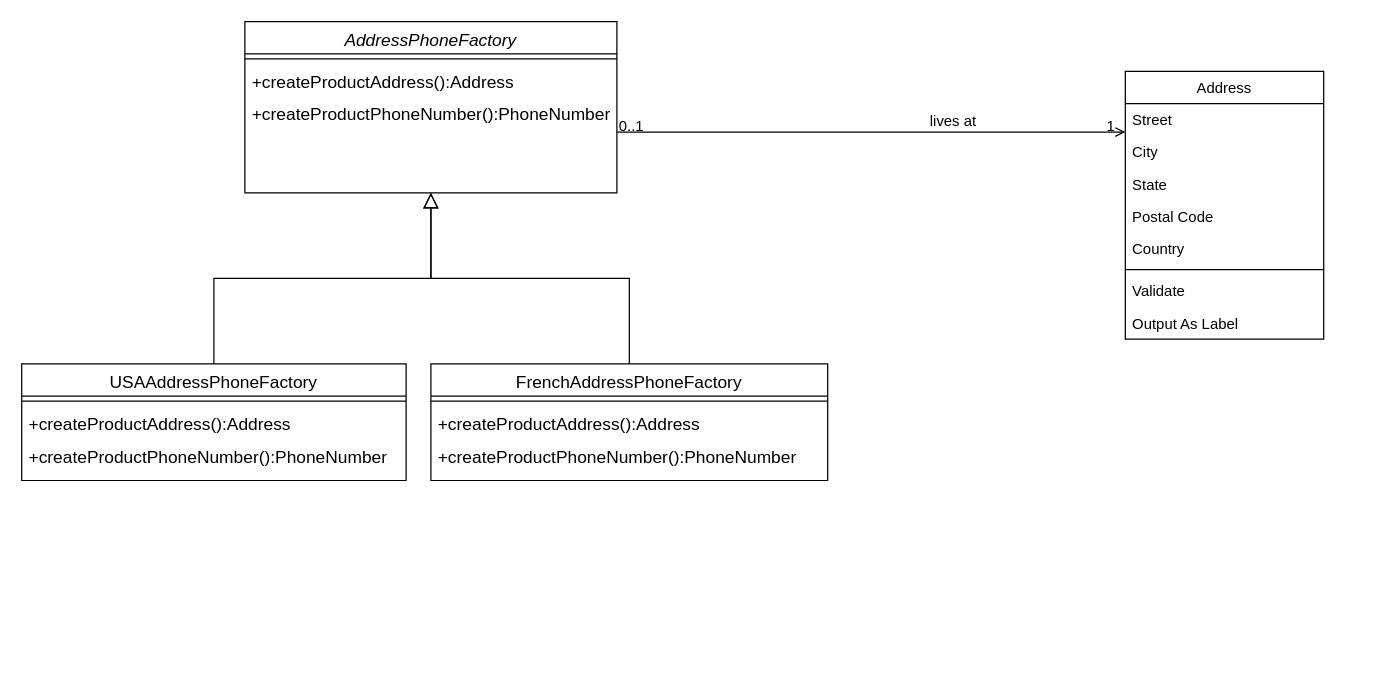
The draw.io diagram Seminar2.drawio in PanJr0109/PanJr0109, before the edit. Source tidied: cells renumbered, new cells numbered last; positions are measured from the earlier drawing's top-left corner, leaving out a move shared by most shapes. Both pictures are drawn from the tidied source at 124%, with x=0, y=0 at pixel (21, 21).
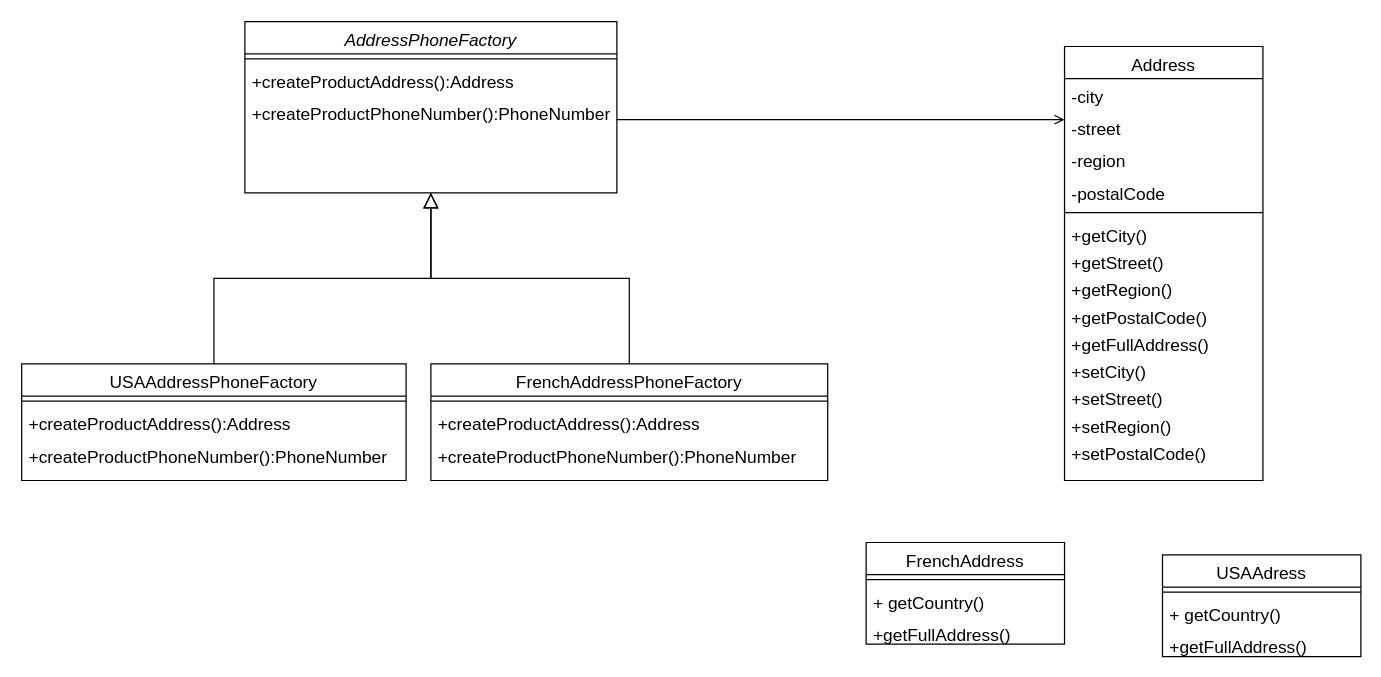
Above is the later version.

Unchanged cells that the change refers to:
```xml
<mxCell id="25" style="endArrow=open;shadow=0;strokeWidth=1;rounded=0;endFill=1;edgeStyle=elbowEdgeStyle;elbow=vertical;" parent="1" edge="1" source="2" target="16">
  <mxGeometry x="0.5" y="41" relative="1" as="geometry">
    <mxPoint x="-40" y="32" as="offset" />
  </mxGeometry>
</mxCell>
```

What changed in the source:
```diff
@@
-    <mxCell id="16" value="Address" style="swimlane;fontStyle=0;align=center;verticalAlign=top;horizontal=1;startSize=26;rounded=0;shadow=0;strokeWidth=1;" parent="1" vertex="1">
-      <mxGeometry x="890" y="40" width="160" height="216" as="geometry" />
+    <mxCell id="16" value="Address" style="swimlane;fontStyle=0;align=center;verticalAlign=top;horizontal=1;startSize=26;rounded=0;shadow=0;strokeWidth=1;fontSize=14;" parent="1" vertex="1">
+      <mxGeometry x="841" y="20" width="160" height="350" as="geometry" />
     </mxCell>
-    <mxCell id="17" value="Street" style="text;align=left;verticalAlign=top;spacingLeft=4;spacingRight=4;overflow=hidden;" parent="16" vertex="1">
+    <mxCell id="17" value="-city&#10;" style="text;align=left;verticalAlign=top;spacingLeft=4;spacingRight=4;overflow=hidden;fontSize=14;" parent="16" vertex="1">
       <mxGeometry y="26" width="160" height="26" as="geometry" />
     </mxCell>
-    <mxCell id="18" value="City" style="text;align=left;verticalAlign=top;spacingLeft=4;spacingRight=4;overflow=hidden;rounded=0;shadow=0;html=0;" parent="16" vertex="1">
-      <mxGeometry y="52" width="160" height="26" as="geometry" />
-    </mxCell>
-    <mxCell id="19" value="State" style="text;align=left;verticalAlign=top;spacingLeft=4;spacingRight=4;overflow=hidden;rounded=0;shadow=0;html=0;" parent="16" vertex="1">
-      <mxGeometry y="78" width="160" height="26" as="geometry" />
-    </mxCell>
-    <mxCell id="20" value="Postal Code" style="text;align=left;verticalAlign=top;spacingLeft=4;spacingRight=4;overflow=hidden;rounded=0;shadow=0;html=0;" parent="16" vertex="1">
-      <mxGeometry y="104" width="160" height="26" as="geometry" />
-    </mxCell>
-    <mxCell id="21" value="Country" style="text;align=left;verticalAlign=top;spacingLeft=4;spacingRight=4;overflow=hidden;rounded=0;shadow=0;html=0;" parent="16" vertex="1">
-      <mxGeometry y="130" width="160" height="26" as="geometry" />
-    </mxCell>
+    <mxCell id="29" value="-street" style="text;align=left;verticalAlign=top;spacingLeft=4;spacingRight=4;overflow=hidden;fontSize=14;" parent="16" vertex="1">
+      <mxGeometry y="52" width="160" height="26" as="geometry" />
+    </mxCell>
+    <mxCell id="30" value="-region" style="text;align=left;verticalAlign=top;spacingLeft=4;spacingRight=4;overflow=hidden;fontSize=14;" parent="16" vertex="1">
+      <mxGeometry y="78" width="160" height="26" as="geometry" />
+    </mxCell>
+    <mxCell id="31" value="-postalCode" style="text;align=left;verticalAlign=top;spacingLeft=4;spacingRight=4;overflow=hidden;fontSize=14;" parent="16" vertex="1">
+      <mxGeometry y="104" width="160" height="26" as="geometry" />
+    </mxCell>
     <mxCell id="22" style="line;html=1;strokeWidth=1;align=left;verticalAlign=middle;spacingTop=-1;spacingLeft=3;spacingRight=3;labelPosition=right;" parent="16" vertex="1">
-      <mxGeometry y="156" width="160" height="8" as="geometry" />
+      <mxGeometry y="130" width="160" height="8" as="geometry" />
     </mxCell>
-    <mxCell id="23" value="Validate" style="text;align=left;verticalAlign=top;spacingLeft=4;spacingRight=4;overflow=hidden;" parent="16" vertex="1">
-      <mxGeometry y="164" width="160" height="26" as="geometry" />
-    </mxCell>
-    <mxCell id="24" value="Output As Label" style="text;align=left;verticalAlign=top;spacingLeft=4;spacingRight=4;overflow=hidden;" parent="16" vertex="1">
-      <mxGeometry y="190" width="160" height="26" as="geometry" />
-    </mxCell>
+    <mxCell id="32" value="+getCity()&#10;&#10;" style="text;align=left;verticalAlign=top;spacingLeft=4;spacingRight=4;overflow=hidden;fontSize=14;" parent="16" vertex="1">
+      <mxGeometry y="138" width="160" height="22" as="geometry" />
+    </mxCell>
+    <mxCell id="33" value="+getStreet()&#10;&#10;" style="text;align=left;verticalAlign=top;spacingLeft=4;spacingRight=4;overflow=hidden;fontSize=14;" parent="16" vertex="1">
+      <mxGeometry y="160" width="160" height="22" as="geometry" />
+    </mxCell>
+    <mxCell id="34" value="+getRegion()&#10;&#10;" style="text;align=left;verticalAlign=top;spacingLeft=4;spacingRight=4;overflow=hidden;fontSize=14;" parent="16" vertex="1">
+      <mxGeometry y="182" width="160" height="22" as="geometry" />
+    </mxCell>
+    <mxCell id="35" value="+getPostalCode()&#10;&#10;" style="text;align=left;verticalAlign=top;spacingLeft=4;spacingRight=4;overflow=hidden;fontSize=14;" parent="16" vertex="1">
+      <mxGeometry y="204" width="160" height="22" as="geometry" />
+    </mxCell>
+    <mxCell id="36" value="+getFullAddress()&#10;&#10;" style="text;align=left;verticalAlign=top;spacingLeft=4;spacingRight=4;overflow=hidden;fontSize=14;" parent="16" vertex="1">
+      <mxGeometry y="226" width="160" height="22" as="geometry" />
+    </mxCell>
+    <mxCell id="37" value="+setCity()&#10;&#10;" style="text;align=left;verticalAlign=top;spacingLeft=4;spacingRight=4;overflow=hidden;fontSize=14;" parent="16" vertex="1">
+      <mxGeometry y="248" width="160" height="22" as="geometry" />
+    </mxCell>
+    <mxCell id="38" value="+setStreet()&#10;&#10;" style="text;align=left;verticalAlign=top;spacingLeft=4;spacingRight=4;overflow=hidden;fontSize=14;" parent="16" vertex="1">
+      <mxGeometry y="270" width="160" height="22" as="geometry" />
+    </mxCell>
+    <mxCell id="39" value="+setRegion()&#10;&#10;" style="text;align=left;verticalAlign=top;spacingLeft=4;spacingRight=4;overflow=hidden;fontSize=14;" parent="16" vertex="1">
+      <mxGeometry y="292" width="160" height="22" as="geometry" />
+    </mxCell>
+    <mxCell id="40" value="+setPostalCode()&#10;&#10;" style="text;align=left;verticalAlign=top;spacingLeft=4;spacingRight=4;overflow=hidden;fontSize=14;" parent="16" vertex="1">
+      <mxGeometry y="314" width="160" height="26" as="geometry" />
+    </mxCell>
@@
-    <mxCell id="26" value="0..1" style="align=left;verticalAlign=bottom;labelBackgroundColor=none;fontSize=12;" parent="25" vertex="1">
-      <mxGeometry x="-1" relative="1" as="geometry">
-        <mxPoint y="4" as="offset" />
-      </mxGeometry>
-    </mxCell>
-    <mxCell id="27" value="1" style="align=right;verticalAlign=bottom;labelBackgroundColor=none;fontSize=12;" parent="25" vertex="1">
-      <mxGeometry x="1" relative="1" as="geometry">
-        <mxPoint x="-7" y="4" as="offset" />
-      </mxGeometry>
-    </mxCell>
-    <mxCell id="28" value="lives at" style="text;html=1;align=center;verticalAlign=middle;labelBackgroundColor=none;rounded=0;shadow=0;strokeWidth=1;fontSize=12;" parent="25" vertex="1">
-      <mxGeometry x="0.5" y="49" relative="1" as="geometry">
-        <mxPoint x="-38" y="40" as="offset" />
-      </mxGeometry>
-    </mxCell>
+    <mxCell id="41" value="FrenchAddress" style="swimlane;fontStyle=0;align=center;verticalAlign=top;horizontal=1;startSize=26;fontSize=14;" parent="1" vertex="1">
+      <mxGeometry x="681" y="420" width="160" height="82" as="geometry" />
+    </mxCell>
+    <mxCell id="42" style="line;strokeWidth=1;fillColor=none;align=left;verticalAlign=middle;spacingTop=-1;spacingLeft=3;spacingRight=3;labelPosition=right;fontSize=14;" parent="41" vertex="1">
+      <mxGeometry y="26" width="160" height="8" as="geometry" />
+    </mxCell>
+    <mxCell id="43" value="+ getCountry()&#10;" style="text;strokeColor=none;fillColor=none;align=left;verticalAlign=top;spacingLeft=4;spacingRight=4;overflow=hidden;fontSize=14;" parent="41" vertex="1">
+      <mxGeometry y="34" width="160" height="26" as="geometry" />
+    </mxCell>
+    <mxCell id="44" value="+getFullAddress()&#10;&#10;" style="text;align=left;verticalAlign=top;spacingLeft=4;spacingRight=4;overflow=hidden;fontSize=14;" parent="41" vertex="1">
+      <mxGeometry y="60" width="160" height="22" as="geometry" />
+    </mxCell>
+    <mxCell id="45" value="USAAdress" style="swimlane;fontStyle=0;align=center;verticalAlign=top;horizontal=1;startSize=26;fontSize=14;" parent="1" vertex="1">
+      <mxGeometry x="920" y="430" width="160" height="82" as="geometry" />
+    </mxCell>
+    <mxCell id="46" style="line;strokeWidth=1;fillColor=none;align=left;verticalAlign=middle;spacingTop=-1;spacingLeft=3;spacingRight=3;labelPosition=right;fontSize=14;" parent="45" vertex="1">
+      <mxGeometry y="26" width="160" height="8" as="geometry" />
+    </mxCell>
+    <mxCell id="47" value="+ getCountry()&#10;" style="text;strokeColor=none;fillColor=none;align=left;verticalAlign=top;spacingLeft=4;spacingRight=4;overflow=hidden;fontSize=14;" parent="45" vertex="1">
+      <mxGeometry y="34" width="160" height="26" as="geometry" />
+    </mxCell>
+    <mxCell id="48" value="+getFullAddress()&#10;&#10;" style="text;align=left;verticalAlign=top;spacingLeft=4;spacingRight=4;overflow=hidden;fontSize=14;" parent="45" vertex="1">
+      <mxGeometry y="60" width="160" height="22" as="geometry" />
+    </mxCell>
```
